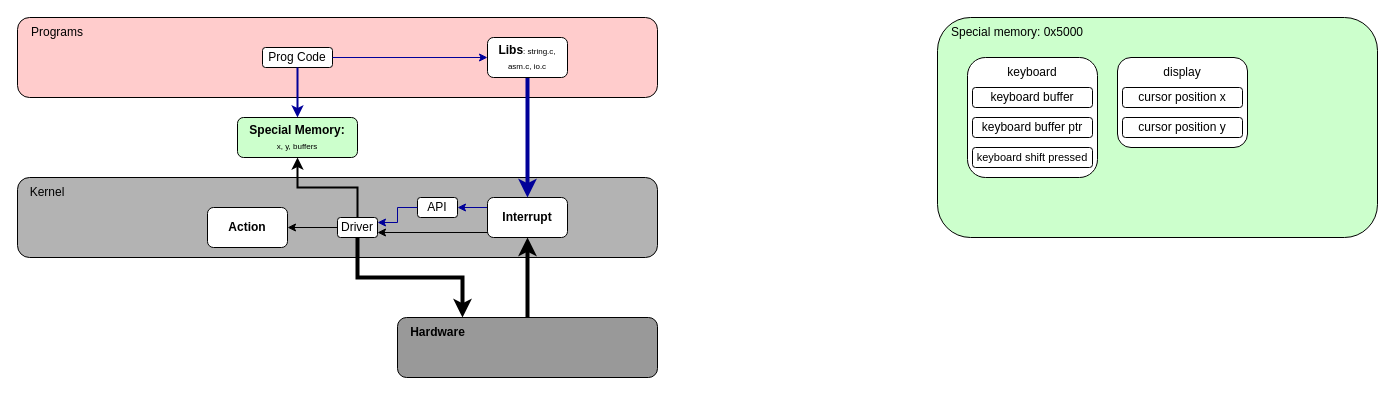
Earlier version of the draw.io diagram docs/os_schema.drawio (igmunv/Operation-System). Source tidied: cells renumbered, new cells numbered last; positions are measured from the earlier drawing's top-left corner, leaving out a move shared by most shapes. Both pictures are drawn from the tidied source at 100%, with x=0, y=0 at pixel (17, 17).
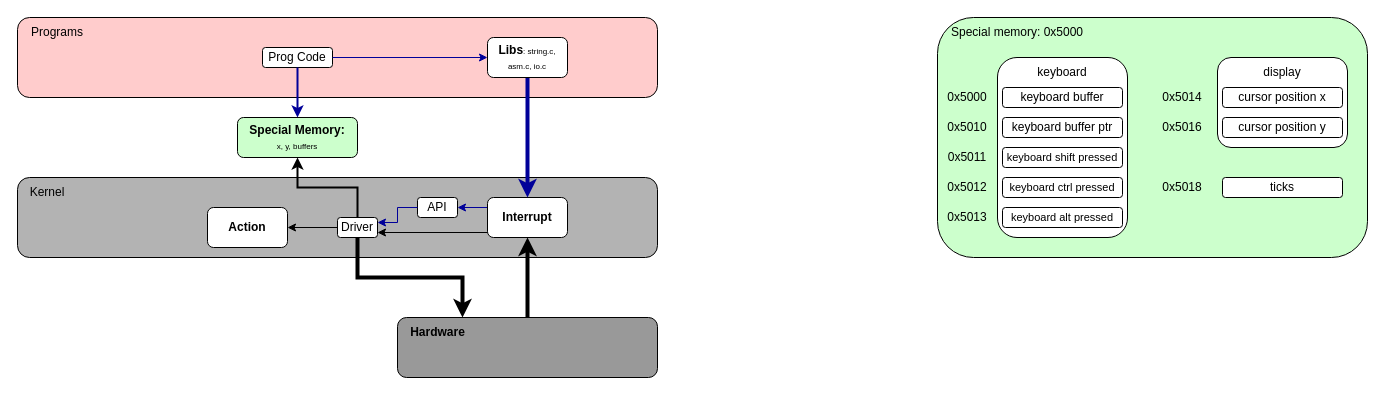
Above is the later version.

Change to the diagram source:
```diff
@@
     <mxCell id="27" style="rounded=1;whiteSpace=wrap;html=1;fontStyle=1;align=center;fillColor=#CCFFCC;" parent="1" vertex="1">
-      <mxGeometry x="920" width="440" height="220" as="geometry" />
+      <mxGeometry x="920" width="430" height="240" as="geometry" />
     </mxCell>
@@
     <mxCell id="29" style="group;" parent="1" vertex="1">
-      <mxGeometry x="950" y="40" width="130" height="120" as="geometry" />
+      <mxGeometry x="980" y="40" width="130" height="180" as="geometry" />
     </mxCell>
     <mxCell id="30" style="rounded=1;whiteSpace=wrap;html=1;" parent="29" vertex="1">
-      <mxGeometry width="130" height="120" as="geometry" />
+      <mxGeometry width="130" height="180" as="geometry" />
     </mxCell>
@@
+    <mxCell id="40" value="&lt;font style=&quot;font-size: 11px;&quot;&gt;keyboard ctrl pressed&lt;/font&gt;" style="rounded=1;whiteSpace=wrap;html=1;" parent="29" vertex="1">
+      <mxGeometry x="5" y="120" width="120" height="20" as="geometry" />
+    </mxCell>
+    <mxCell id="41" value="&lt;font style=&quot;font-size: 11px;&quot;&gt;keyboard alt pressed&lt;/font&gt;" style="rounded=1;whiteSpace=wrap;html=1;" parent="29" vertex="1">
+      <mxGeometry x="5" y="150" width="120" height="20" as="geometry" />
+    </mxCell>
     <mxCell id="35" style="group;" parent="1" vertex="1">
-      <mxGeometry x="1100" y="40" width="130" height="90" as="geometry" />
+      <mxGeometry x="1200" y="40" width="130" height="90" as="geometry" />
     </mxCell>
@@
+    <mxCell id="42" value="0x5000" style="text;html=1;align=center;verticalAlign=middle;whiteSpace=wrap;rounded=0;" parent="1" vertex="1">
+      <mxGeometry x="920" y="70" width="60" height="20" as="geometry" />
+    </mxCell>
+    <mxCell id="43" value="0x5010" style="text;html=1;align=center;verticalAlign=middle;whiteSpace=wrap;rounded=0;" parent="1" vertex="1">
+      <mxGeometry x="920" y="100" width="60" height="20" as="geometry" />
+    </mxCell>
+    <mxCell id="44" value="0x5011" style="text;html=1;align=center;verticalAlign=middle;whiteSpace=wrap;rounded=0;" parent="1" vertex="1">
+      <mxGeometry x="920" y="130" width="60" height="20" as="geometry" />
+    </mxCell>
+    <mxCell id="45" value="0x5012" style="text;html=1;align=center;verticalAlign=middle;whiteSpace=wrap;rounded=0;" parent="1" vertex="1">
+      <mxGeometry x="920" y="160" width="60" height="20" as="geometry" />
+    </mxCell>
+    <mxCell id="46" value="0x5013" style="text;html=1;align=center;verticalAlign=middle;whiteSpace=wrap;rounded=0;" parent="1" vertex="1">
+      <mxGeometry x="920" y="190" width="60" height="20" as="geometry" />
+    </mxCell>
+    <mxCell id="47" value="0x5014" style="text;html=1;align=center;verticalAlign=middle;whiteSpace=wrap;rounded=0;" parent="1" vertex="1">
+      <mxGeometry x="1135" y="70" width="60" height="20" as="geometry" />
+    </mxCell>
+    <mxCell id="48" value="0x5016" style="text;html=1;align=center;verticalAlign=middle;whiteSpace=wrap;rounded=0;" parent="1" vertex="1">
+      <mxGeometry x="1135" y="100" width="60" height="20" as="geometry" />
+    </mxCell>
+    <mxCell id="49" value="ticks" style="rounded=1;whiteSpace=wrap;html=1;" parent="1" vertex="1">
+      <mxGeometry x="1205" y="160" width="120" height="20" as="geometry" />
+    </mxCell>
+    <mxCell id="50" value="0x5018" style="text;html=1;align=center;verticalAlign=middle;whiteSpace=wrap;rounded=0;" parent="1" vertex="1">
+      <mxGeometry x="1135" y="160" width="60" height="20" as="geometry" />
+    </mxCell>
```
